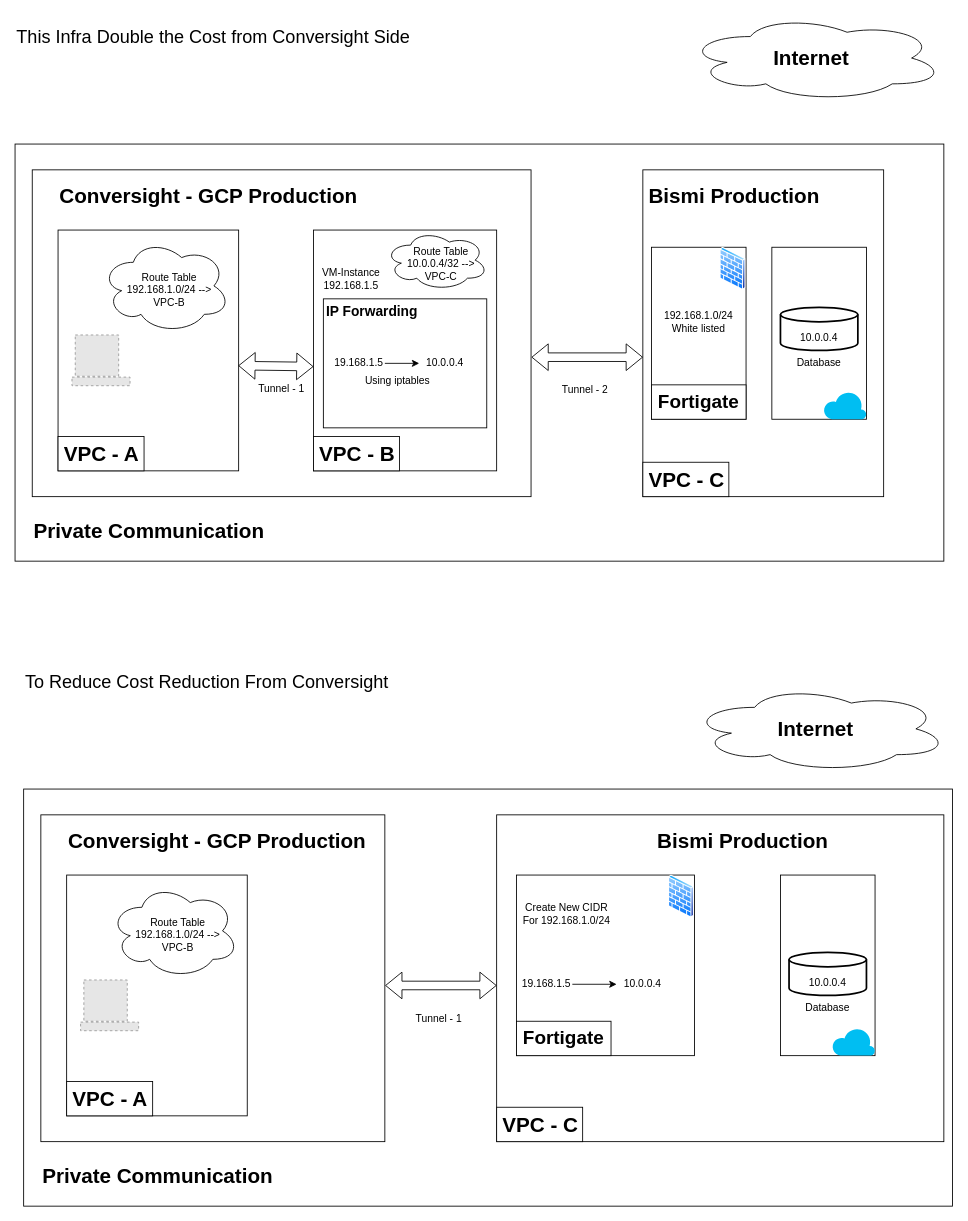
Before: A-B-C Vpn Tunnel for GCP.drawio in mahesh-vijay/draw.io, a draw.io diagram. Source tidied: cells renumbered, new cells numbered last; positions are measured from the earlier drawing's top-left corner, leaving out a move shared by most shapes. Both pictures are drawn from the tidied source at 86%, with x=0, y=0 at pixel (15, 15). Pictures stored in the file or linked from it are replaced by grey dashed boxes.
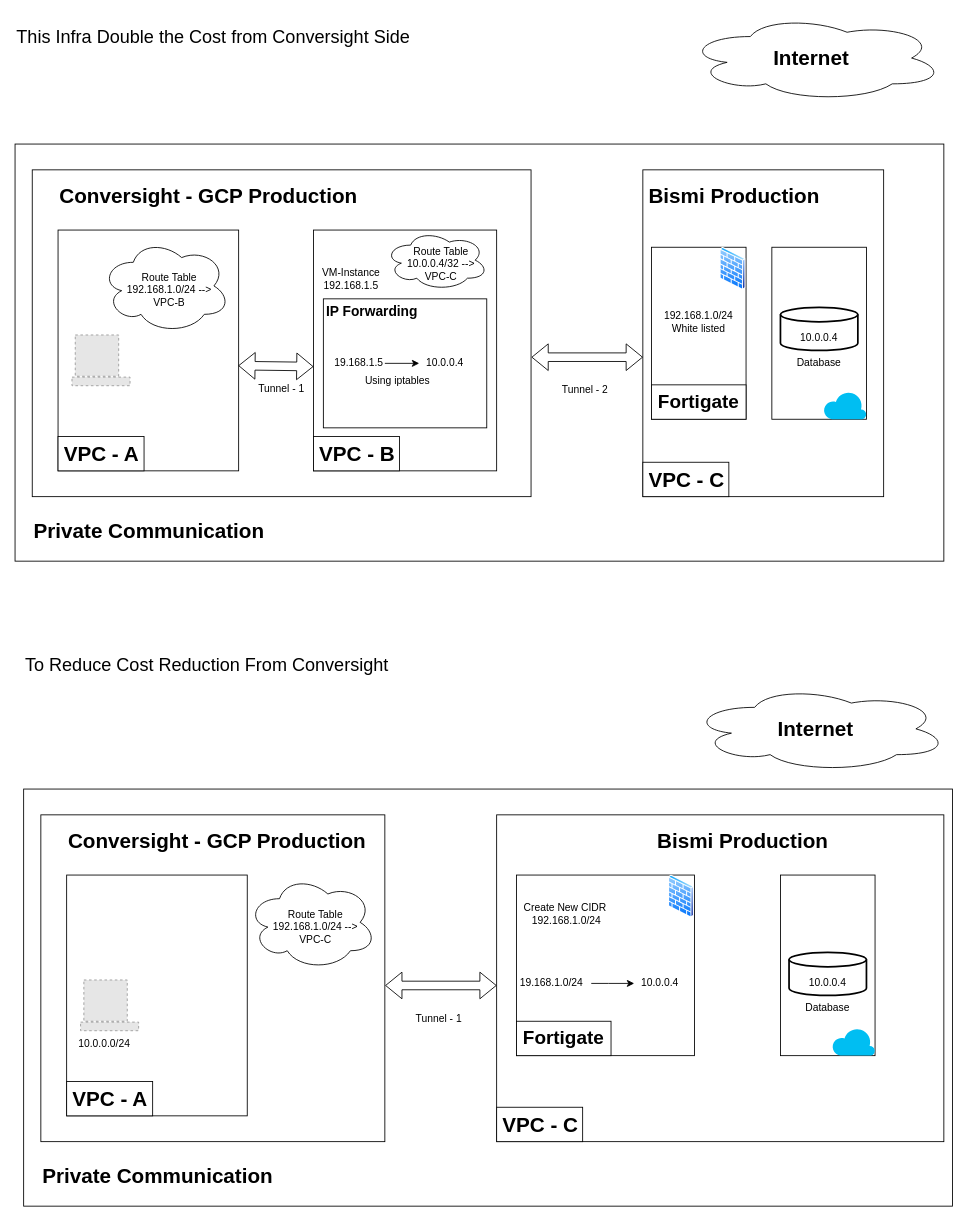
The same page after the edit.

Diff of the diagram source:
```diff
@@
     <mxCell id="49" style="ellipse;shape=cloud;whiteSpace=wrap;html=1;" parent="1" vertex="1">
-      <mxGeometry x="110" y="1010" width="150" height="110" as="geometry" />
+      <mxGeometry x="270" y="1000" width="150" height="110" as="geometry" />
     </mxCell>
@@
-    <mxCell id="54" value="Route Table&lt;br&gt;192.168.1.0/24 --&amp;gt; VPC-B" style="text;html=1;align=center;verticalAlign=middle;whiteSpace=wrap;rounded=0;" parent="1" vertex="1">
-      <mxGeometry x="137.5" y="1050" width="102.5" height="40" as="geometry" />
+    <mxCell id="54" value="Route Table&lt;br&gt;192.168.1.0/24 --&amp;gt; VPC-C" style="text;html=1;align=center;verticalAlign=middle;whiteSpace=wrap;rounded=0;" parent="1" vertex="1">
+      <mxGeometry x="297.5" y="1040" width="102.5" height="40" as="geometry" />
     </mxCell>
@@
-    <mxCell id="69" value="Create New CIDR For 192.168.1.0/24" style="text;html=1;align=center;verticalAlign=middle;whiteSpace=wrap;rounded=0;" parent="1" vertex="1">
+    <mxCell id="69" value="Create New CIDR&amp;nbsp; 192.168.1.0/24" style="text;html=1;align=center;verticalAlign=middle;whiteSpace=wrap;rounded=0;" parent="1" vertex="1">
       <mxGeometry x="588" y="1030" width="107" height="30" as="geometry" />
     </mxCell>
@@
-    <mxCell id="73" value="19.168.1.5" style="text;html=1;align=center;verticalAlign=middle;whiteSpace=wrap;rounded=0;" parent="1" vertex="1">
-      <mxGeometry x="588" y="1112" width="60" height="30" as="geometry" />
+    <mxCell id="73" value="19.168.1.0/24" style="text;html=1;align=center;verticalAlign=middle;whiteSpace=wrap;rounded=0;" parent="1" vertex="1">
+      <mxGeometry x="588" y="1110" width="72" height="32" as="geometry" />
     </mxCell>
     <mxCell id="74" value="10.0.0.4" style="text;html=1;align=center;verticalAlign=middle;whiteSpace=wrap;rounded=0;" parent="1" vertex="1">
-      <mxGeometry x="699.5" y="1112" width="60" height="30" as="geometry" />
+      <mxGeometry x="720" y="1111" width="60" height="30" as="geometry" />
     </mxCell>
-    <mxCell id="75" style="endArrow=classic;html=1;rounded=0;entryX=0;entryY=0.5;entryDx=0;entryDy=0;exitX=1;exitY=0.5;exitDx=0;exitDy=0;" parent="1" edge="1" source="73" target="74">
-      <mxGeometry relative="1" as="geometry" />
+    <mxCell id="75" style="endArrow=classic;html=1;rounded=0;entryX=0;entryY=0.5;entryDx=0;entryDy=0;" parent="1" edge="1" target="74">
+      <mxGeometry relative="1" as="geometry">
+        <mxPoint x="670" y="1126" as="sourcePoint" />
+        <Array as="points">
+          <mxPoint x="690" y="1126" />
+        </Array>
+      </mxGeometry>
     </mxCell>
@@
     <mxCell id="78" value="&lt;font style=&quot;font-size: 21px;&quot;&gt;To Reduce Cost Reduction From Conversight&lt;/font&gt;" style="text;html=1;align=left;verticalAlign=middle;whiteSpace=wrap;rounded=0;" parent="1" vertex="1">
-      <mxGeometry x="10" y="750" width="500" height="50" as="geometry" />
+      <mxGeometry x="10" y="730" width="500" height="50" as="geometry" />
     </mxCell>
@@
+    <mxCell id="80" value="10.0.0.0/24" style="text;html=1;align=center;verticalAlign=middle;whiteSpace=wrap;rounded=0;" parent="1" vertex="1">
+      <mxGeometry x="73.8" y="1181.6" width="60" height="30" as="geometry" />
+    </mxCell>
```
